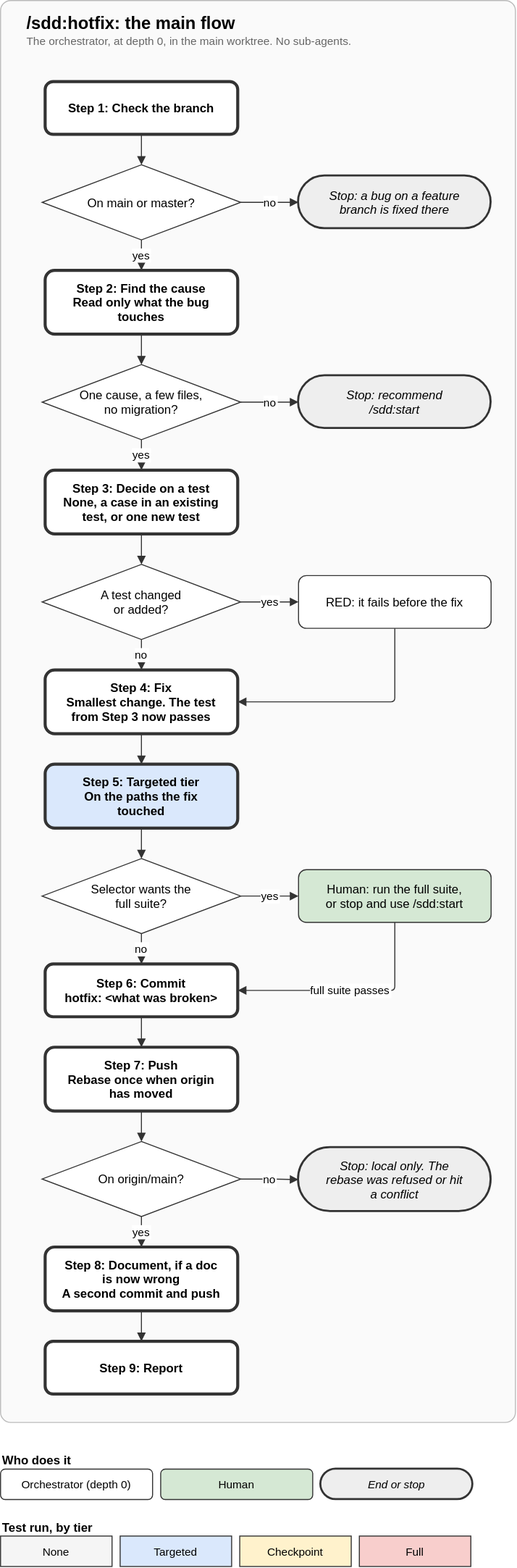
Earlier version of the draw.io export claude_plugins/sdd/docs/diagrams/hotfix.drawio.svg (preludetech/Freedom-LS). Source tidied: cells renumbered, new cells last; positions are measured from the earlier drawing's top-left corner, leaving out a move shared by most shapes.
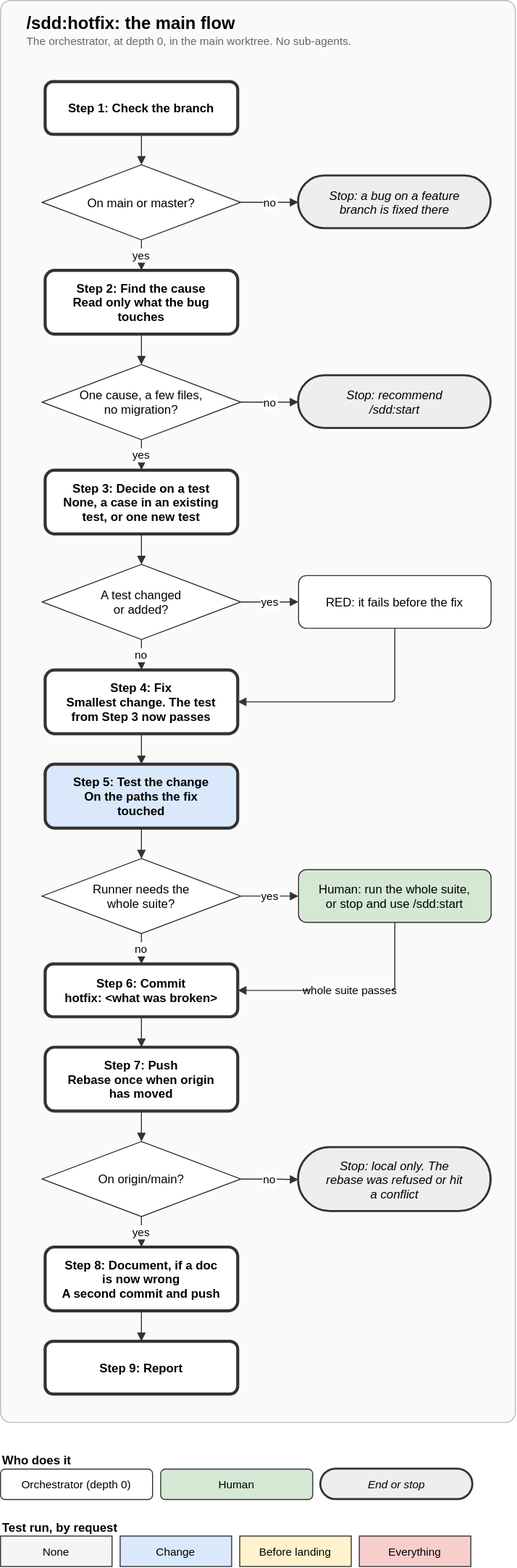
The same diagram one commit later.

The edit, as a diff of the source:
```diff
@@ -71,19 +71,19 @@
     <mxCell id="24" style="edgeStyle=orthogonalEdgeStyle;rounded=1;arcSize=8;html=0;endArrow=block;endFill=1;fontSize=11;labelBackgroundColor=#ffffff;strokeColor=#333333;exitX=0.5;exitY=1;exitDx=0;exitDy=0;entryX=1;entryY=0.5;entryDx=0;entryDy=0;" parent="1" edge="1" source="20" target="22">
       <mxGeometry relative="1" as="geometry" />
     </mxCell>
-    <mxCell id="25" value="Step 5: Targeted tier&#10;On the paths the fix&#10;touched" style="rounded=1;html=0;fontSize=12;strokeColor=#333333;fillColor=#dae8fc;strokeWidth=3;fontStyle=1;" parent="1" vertex="1">
+    <mxCell id="25" value="Step 5: Test the change&#10;On the paths the fix&#10;touched" style="rounded=1;html=0;fontSize=12;strokeColor=#333333;fillColor=#dae8fc;strokeWidth=3;fontStyle=1;" parent="1" vertex="1">
       <mxGeometry x="44" y="753" width="190" height="63" as="geometry" />
     </mxCell>
     <mxCell id="26" style="edgeStyle=orthogonalEdgeStyle;rounded=1;arcSize=8;html=0;endArrow=block;endFill=1;fontSize=11;labelBackgroundColor=#ffffff;strokeColor=#333333;exitX=0.5;exitY=1;exitDx=0;exitDy=0;entryX=0.5;entryY=0;entryDx=0;entryDy=0;" parent="1" edge="1" source="22" target="25">
       <mxGeometry relative="1" as="geometry" />
     </mxCell>
-    <mxCell id="27" value="Selector wants the&#10;full suite?" style="rhombus;html=0;fontSize=12;strokeColor=#333333;fillColor=#ffffff;" parent="1" vertex="1">
+    <mxCell id="27" value="Runner needs the&#10;whole suite?" style="rhombus;html=0;fontSize=12;strokeColor=#333333;fillColor=#ffffff;" parent="1" vertex="1">
       <mxGeometry x="41" y="846" width="196" height="74" as="geometry" />
     </mxCell>
     <mxCell id="28" style="edgeStyle=orthogonalEdgeStyle;rounded=1;arcSize=8;html=0;endArrow=block;endFill=1;fontSize=11;labelBackgroundColor=#ffffff;strokeColor=#333333;exitX=0.5;exitY=1;exitDx=0;exitDy=0;entryX=0.5;entryY=0;entryDx=0;entryDy=0;" parent="1" edge="1" source="25" target="27">
       <mxGeometry relative="1" as="geometry" />
     </mxCell>
-    <mxCell id="29" value="Human: run the full suite,&#10;or stop and use /sdd:start" style="rounded=1;html=0;fontSize=12;strokeColor=#333333;fillColor=#d5e8d4;" parent="1" vertex="1">
+    <mxCell id="29" value="Human: run the whole suite,&#10;or stop and use /sdd:start" style="rounded=1;html=0;fontSize=12;strokeColor=#333333;fillColor=#d5e8d4;" parent="1" vertex="1">
       <mxGeometry x="294" y="857" width="190" height="52" as="geometry" />
     </mxCell>
     <mxCell id="30" value="yes" style="edgeStyle=orthogonalEdgeStyle;rounded=1;arcSize=8;html=0;endArrow=block;endFill=1;fontSize=11;labelBackgroundColor=#ffffff;strokeColor=#333333;exitX=1;exitY=0.5;exitDx=0;exitDy=0;entryX=0;entryY=0.5;entryDx=0;entryDy=0;" parent="1" edge="1" source="27" target="29">
@@ -95,7 +95,7 @@
     <mxCell id="32" value="no" style="edgeStyle=orthogonalEdgeStyle;rounded=1;arcSize=8;html=0;endArrow=block;endFill=1;fontSize=11;labelBackgroundColor=#ffffff;strokeColor=#333333;exitX=0.5;exitY=1;exitDx=0;exitDy=0;entryX=0.5;entryY=0;entryDx=0;entryDy=0;" parent="1" edge="1" source="27" target="31">
       <mxGeometry relative="1" as="geometry" />
     </mxCell>
-    <mxCell id="33" value="full suite passes" style="edgeStyle=orthogonalEdgeStyle;rounded=1;arcSize=8;html=0;endArrow=block;endFill=1;fontSize=11;labelBackgroundColor=#ffffff;strokeColor=#333333;exitX=0.5;exitY=1;exitDx=0;exitDy=0;entryX=1;entryY=0.5;entryDx=0;entryDy=0;" parent="1" edge="1" source="29" target="31">
+    <mxCell id="33" value="whole suite passes" style="edgeStyle=orthogonalEdgeStyle;rounded=1;arcSize=8;html=0;endArrow=block;endFill=1;fontSize=11;labelBackgroundColor=#ffffff;strokeColor=#333333;exitX=0.5;exitY=1;exitDx=0;exitDy=0;entryX=1;entryY=0.5;entryDx=0;entryDy=0;" parent="1" edge="1" source="29" target="31">
       <mxGeometry relative="1" as="geometry" />
     </mxCell>
     <mxCell id="34" value="Step 7: Push&#10;Rebase once when origin&#10;has moved" style="rounded=1;html=0;fontSize=12;strokeColor=#333333;fillColor=#ffffff;strokeWidth=3;fontStyle=1;" parent="1" vertex="1">
@@ -140,19 +140,19 @@
     <mxCell id="47" value="End or stop" style="rounded=1;arcSize=50;html=0;fontSize=11;strokeColor=#333333;fillColor=#eeeeee;strokeWidth=2;fontStyle=2;" parent="1" vertex="1">
       <mxGeometry x="316" y="1448" width="150" height="30" as="geometry" />
     </mxCell>
-    <mxCell id="48" value="Test run, by tier" style="text;html=0;align=left;fontSize=12;fontStyle=1;" parent="1" vertex="1">
+    <mxCell id="48" value="Test run, by request" style="text;html=0;align=left;fontSize=12;fontStyle=1;" parent="1" vertex="1">
       <mxGeometry y="1492" width="200" height="20" as="geometry" />
     </mxCell>
     <mxCell id="49" value="None" style="rounded=0;html=0;fontSize=11;strokeColor=#333333;fillColor=#f5f5f5;" parent="1" vertex="1">
       <mxGeometry y="1514" width="110" height="30" as="geometry" />
     </mxCell>
-    <mxCell id="50" value="Targeted" style="rounded=0;html=0;fontSize=11;strokeColor=#333333;fillColor=#dae8fc;" parent="1" vertex="1">
+    <mxCell id="50" value="Change" style="rounded=0;html=0;fontSize=11;strokeColor=#333333;fillColor=#dae8fc;" parent="1" vertex="1">
       <mxGeometry x="118" y="1514" width="110" height="30" as="geometry" />
     </mxCell>
-    <mxCell id="51" value="Checkpoint" style="rounded=0;html=0;fontSize=11;strokeColor=#333333;fillColor=#fff2cc;" parent="1" vertex="1">
+    <mxCell id="51" value="Before landing" style="rounded=0;html=0;fontSize=11;strokeColor=#333333;fillColor=#fff2cc;" parent="1" vertex="1">
       <mxGeometry x="236" y="1514" width="110" height="30" as="geometry" />
     </mxCell>
-    <mxCell id="52" value="Full" style="rounded=0;html=0;fontSize=11;strokeColor=#333333;fillColor=#f8cecc;" parent="1" vertex="1">
+    <mxCell id="52" value="Everything" style="rounded=0;html=0;fontSize=11;strokeColor=#333333;fillColor=#f8cecc;" parent="1" vertex="1">
       <mxGeometry x="354" y="1514" width="110" height="30" as="geometry" />
     </mxCell>
   </root>
```
